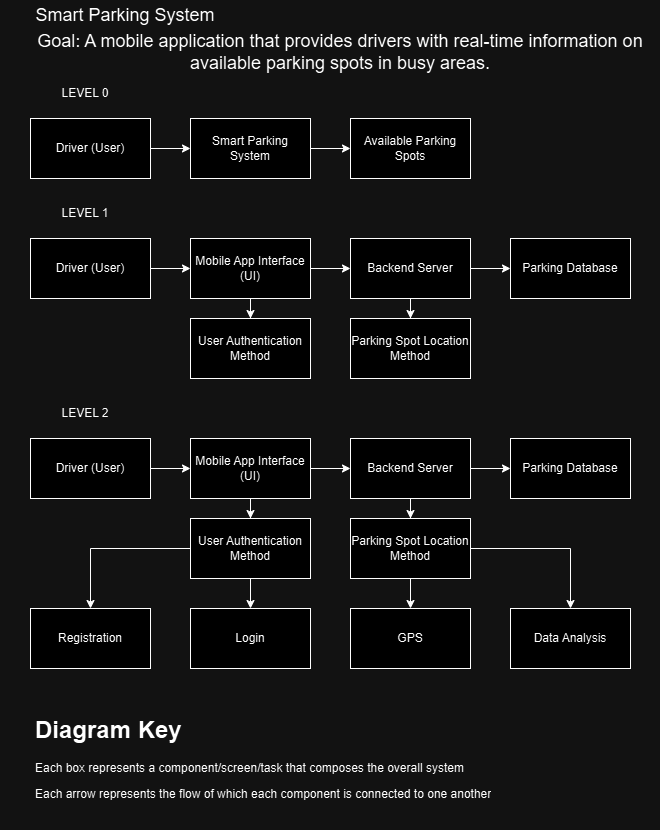
This is Senior-Design-Project/Design_Diagrams/SPS_Design_Diagram.png from OwenAEdwards/SmartParking, a draw.io export, as it was before one commit. Source tidied: cells renumbered, new cells last; positions are measured from the earlier drawing's top-left corner, leaving out a move shared by most shapes.
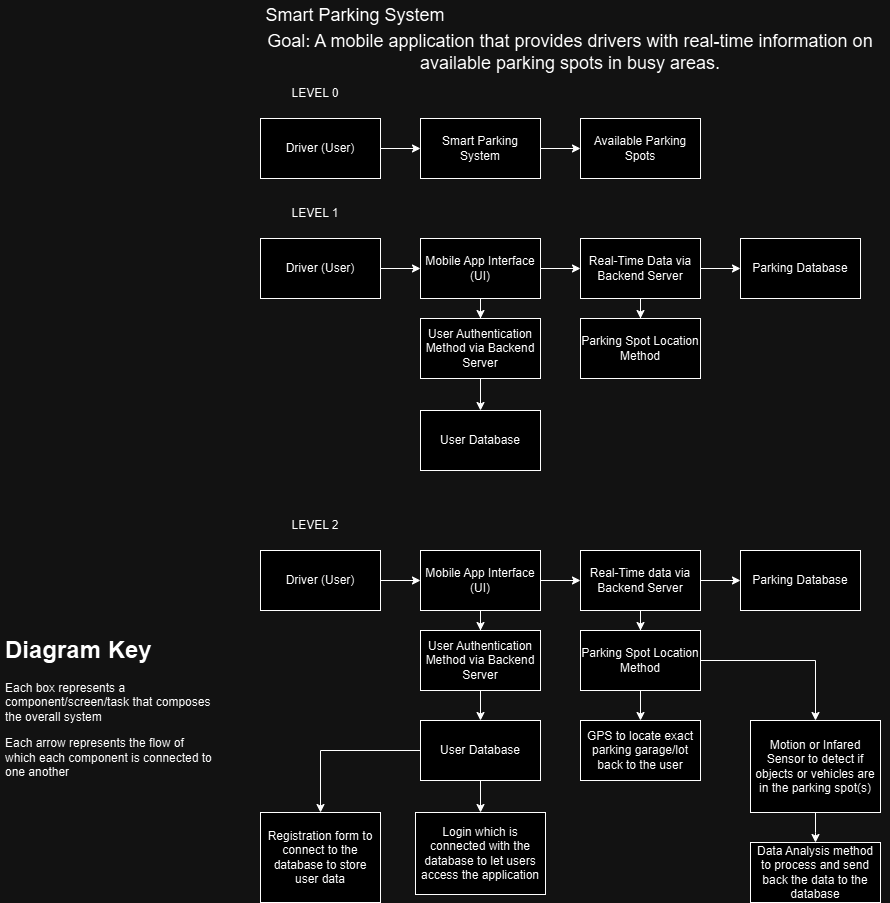
After the change.

Commit message:
Update design diagram

The edit, as a diff of the source:
```diff
@@ -38,13 +38,16 @@
     <mxCell id="13" style="edgeStyle=orthogonalEdgeStyle;rounded=0;jettySize=auto;html=1;" parent="1" edge="1" source="14" target="17">
       <mxGeometry relative="1" as="geometry" />
     </mxCell>
-    <mxCell id="14" value="Backend Server" style="rounded=0;whiteSpace=wrap;html=1;" parent="1" vertex="1">
+    <mxCell id="14" value="Real-Time Data via&lt;br&gt;Backend Server" style="rounded=0;whiteSpace=wrap;html=1;" parent="1" vertex="1">
       <mxGeometry x="350" y="238" width="120" height="60" as="geometry" />
     </mxCell>
     <mxCell id="15" value="Parking Database" style="rounded=0;whiteSpace=wrap;html=1;" parent="1" vertex="1">
       <mxGeometry x="510" y="238" width="120" height="60" as="geometry" />
     </mxCell>
+    <mxCell id="43" style="edgeStyle=orthogonalEdgeStyle;rounded=0;jettySize=auto;html=1;" parent="1" edge="1" source="16" target="49">
+      <mxGeometry relative="1" as="geometry" />
+    </mxCell>
-    <mxCell id="16" value="User Authentication Method" style="rounded=0;whiteSpace=wrap;html=1;" parent="1" vertex="1">
+    <mxCell id="16" value="User Authentication Method via Backend Server" style="rounded=0;whiteSpace=wrap;html=1;" parent="1" vertex="1">
       <mxGeometry x="190" y="318" width="120" height="60" as="geometry" />
     </mxCell>
     <mxCell id="17" value="Parking Spot Location Method" style="rounded=0;whiteSpace=wrap;html=1;" parent="1" vertex="1">
@@ -54,7 +57,7 @@
       <mxGeometry relative="1" as="geometry" />
     </mxCell>
     <mxCell id="19" value="Driver (User)" style="rounded=0;whiteSpace=wrap;html=1;" parent="1" vertex="1">
-      <mxGeometry x="30" y="438" width="120" height="60" as="geometry" />
+      <mxGeometry x="30" y="550" width="120" height="60" as="geometry" />
     </mxCell>
     <mxCell id="20" style="edgeStyle=orthogonalEdgeStyle;rounded=0;jettySize=auto;html=1;" parent="1" edge="1" source="22" target="25">
       <mxGeometry relative="1" as="geometry" />
@@ -63,7 +66,7 @@
       <mxGeometry relative="1" as="geometry" />
     </mxCell>
     <mxCell id="22" value="Mobile App Interface (UI)" style="rounded=0;whiteSpace=wrap;html=1;" parent="1" vertex="1">
-      <mxGeometry x="190" y="438" width="120" height="60" as="geometry" />
+      <mxGeometry x="190" y="550" width="120" height="60" as="geometry" />
     </mxCell>
     <mxCell id="23" style="edgeStyle=orthogonalEdgeStyle;rounded=0;jettySize=auto;html=1;" parent="1" edge="1" source="25" target="26">
       <mxGeometry relative="1" as="geometry" />
@@ -71,29 +74,26 @@
     <mxCell id="24" style="edgeStyle=orthogonalEdgeStyle;rounded=0;jettySize=auto;html=1;" parent="1" edge="1" source="25" target="32">
       <mxGeometry relative="1" as="geometry" />
     </mxCell>
-    <mxCell id="25" value="Backend Server" style="rounded=0;whiteSpace=wrap;html=1;" parent="1" vertex="1">
-      <mxGeometry x="350" y="438" width="120" height="60" as="geometry" />
+    <mxCell id="25" value="Real-Time data via Backend Server" style="rounded=0;whiteSpace=wrap;html=1;" parent="1" vertex="1">
+      <mxGeometry x="350" y="550" width="120" height="60" as="geometry" />
     </mxCell>
     <mxCell id="26" value="Parking Database" style="rounded=0;whiteSpace=wrap;html=1;" parent="1" vertex="1">
-      <mxGeometry x="510" y="438" width="120" height="60" as="geometry" />
+      <mxGeometry x="510" y="550" width="120" height="60" as="geometry" />
     </mxCell>
-    <mxCell id="27" style="edgeStyle=orthogonalEdgeStyle;rounded=0;jettySize=auto;html=1;" parent="1" edge="1" source="29" target="36">
-      <mxGeometry relative="1" as="geometry" />
-    </mxCell>
-    <mxCell id="28" style="edgeStyle=orthogonalEdgeStyle;rounded=0;jettySize=auto;html=1;entryX=0.5;entryY=0;entryDx=0;entryDy=0;" parent="1" edge="1" source="29" target="39">
-      <mxGeometry relative="1" as="geometry" />
-    </mxCell>
+    <mxCell id="44" style="edgeStyle=orthogonalEdgeStyle;rounded=0;jettySize=auto;html=1;" parent="1" edge="1" source="29" target="52">
+      <mxGeometry relative="1" as="geometry" />
+    </mxCell>
-    <mxCell id="29" value="User Authentication Method" style="rounded=0;whiteSpace=wrap;html=1;" parent="1" vertex="1">
-      <mxGeometry x="190" y="518" width="120" height="60" as="geometry" />
+    <mxCell id="29" value="User Authentication Method via Backend Server" style="rounded=0;whiteSpace=wrap;html=1;" parent="1" vertex="1">
+      <mxGeometry x="190" y="630" width="120" height="60" as="geometry" />
     </mxCell>
     <mxCell id="30" style="edgeStyle=orthogonalEdgeStyle;rounded=0;jettySize=auto;html=1;" parent="1" edge="1" source="32" target="37">
       <mxGeometry relative="1" as="geometry" />
     </mxCell>
-    <mxCell id="31" style="edgeStyle=orthogonalEdgeStyle;rounded=0;jettySize=auto;html=1;entryX=0.5;entryY=0;entryDx=0;entryDy=0;" parent="1" edge="1" source="32" target="38">
-      <mxGeometry relative="1" as="geometry" />
-    </mxCell>
+    <mxCell id="45" style="edgeStyle=orthogonalEdgeStyle;rounded=0;jettySize=auto;html=1;" parent="1" edge="1" source="32" target="48">
+      <mxGeometry relative="1" as="geometry" />
+    </mxCell>
     <mxCell id="32" value="Parking Spot Location Method" style="rounded=0;whiteSpace=wrap;html=1;" parent="1" vertex="1">
-      <mxGeometry x="350" y="518" width="120" height="60" as="geometry" />
+      <mxGeometry x="350" y="630" width="120" height="60" as="geometry" />
     </mxCell>
     <mxCell id="33" value="LEVEL 0" style="text;html=1;strokeColor=none;fillColor=none;align=center;verticalAlign=middle;whiteSpace=wrap;rounded=0;" parent="1" vertex="1">
       <mxGeometry x="30" y="78" width="110" height="30" as="geometry" />
@@ -102,19 +102,19 @@
       <mxGeometry x="30" y="198" width="110" height="30" as="geometry" />
     </mxCell>
     <mxCell id="35" value="LEVEL 2" style="text;html=1;strokeColor=none;fillColor=none;align=center;verticalAlign=middle;whiteSpace=wrap;rounded=0;" parent="1" vertex="1">
-      <mxGeometry x="30" y="398" width="110" height="30" as="geometry" />
+      <mxGeometry x="30" y="510" width="110" height="30" as="geometry" />
     </mxCell>
-    <mxCell id="36" value="Login" style="rounded=0;whiteSpace=wrap;html=1;" parent="1" vertex="1">
-      <mxGeometry x="190" y="608" width="120" height="60" as="geometry" />
+    <mxCell id="36" value="Login which is connected with the database to let users access the application" style="rounded=0;whiteSpace=wrap;html=1;" parent="1" vertex="1">
+      <mxGeometry x="185" y="812" width="130" height="82" as="geometry" />
     </mxCell>
-    <mxCell id="37" value="GPS" style="rounded=0;whiteSpace=wrap;html=1;" parent="1" vertex="1">
-      <mxGeometry x="350" y="608" width="120" height="60" as="geometry" />
+    <mxCell id="37" value="GPS to locate exact parking garage/lot back to the user" style="rounded=0;whiteSpace=wrap;html=1;" parent="1" vertex="1">
+      <mxGeometry x="350" y="720" width="120" height="60" as="geometry" />
     </mxCell>
-    <mxCell id="38" value="Data Analysis" style="rounded=0;whiteSpace=wrap;html=1;" parent="1" vertex="1">
-      <mxGeometry x="510" y="608" width="120" height="60" as="geometry" />
+    <mxCell id="38" value="Data Analysis method to process and send back the data to the database" style="rounded=0;whiteSpace=wrap;html=1;" parent="1" vertex="1">
+      <mxGeometry x="520" y="842" width="130" height="60" as="geometry" />
     </mxCell>
-    <mxCell id="39" value="Registration" style="rounded=0;whiteSpace=wrap;html=1;" parent="1" vertex="1">
-      <mxGeometry x="30" y="608" width="120" height="60" as="geometry" />
+    <mxCell id="39" value="Registration form to connect to the database to store user data" style="rounded=0;whiteSpace=wrap;html=1;" parent="1" vertex="1">
+      <mxGeometry x="30" y="812" width="120" height="90" as="geometry" />
     </mxCell>
     <mxCell id="40" value="&lt;font style=&quot;font-size: 18px;&quot;&gt;Smart Parking System&lt;/font&gt;" style="text;html=1;strokeColor=none;fillColor=none;align=center;verticalAlign=middle;whiteSpace=wrap;rounded=0;" parent="1" vertex="1">
       <mxGeometry width="250" height="30" as="geometry" />
@@ -123,7 +123,33 @@
       <mxGeometry x="20" y="48" width="640" height="30" as="geometry" />
     </mxCell>
     <mxCell id="42" value="&lt;h1&gt;Diagram Key&lt;/h1&gt;&lt;p&gt;Each box represents a component/screen/task that composes the overall system&lt;/p&gt;&lt;p&gt;Each arrow represents the flow of which each component is connected to one another&lt;/p&gt;" style="text;html=1;strokeColor=none;fillColor=none;spacing=5;spacingTop=-20;whiteSpace=wrap;overflow=hidden;rounded=0;" parent="1" vertex="1">
-      <mxGeometry x="30" y="710" width="600" height="120" as="geometry" />
+      <mxGeometry x="-230" y="630" width="220" height="240" as="geometry" />
     </mxCell>
+    <mxCell id="46" style="edgeStyle=orthogonalEdgeStyle;rounded=0;orthogonalLoop=1;jettySize=auto;html=1;" parent="1" edge="1">
+      <mxGeometry relative="1" as="geometry">
+        <mxPoint x="580" y="662" as="sourcePoint" />
+        <mxPoint x="580" y="662" as="targetPoint" />
+      </mxGeometry>
+    </mxCell>
+    <mxCell id="47" style="edgeStyle=orthogonalEdgeStyle;rounded=0;jettySize=auto;html=1;" parent="1" edge="1" source="48">
+      <mxGeometry relative="1" as="geometry">
+        <mxPoint x="585" y="842" as="targetPoint" />
+      </mxGeometry>
+    </mxCell>
+    <mxCell id="48" value="Motion or Infared&lt;br&gt;Sensor to detect if objects or vehicles are in the parking spot(s)" style="rounded=0;whiteSpace=wrap;html=1;" parent="1" vertex="1">
+      <mxGeometry x="520" y="720" width="130" height="92" as="geometry" />
+    </mxCell>
+    <mxCell id="49" value="User Database" style="rounded=0;whiteSpace=wrap;html=1;" parent="1" vertex="1">
+      <mxGeometry x="190" y="410" width="120" height="60" as="geometry" />
+    </mxCell>
+    <mxCell id="50" style="edgeStyle=orthogonalEdgeStyle;rounded=0;jettySize=auto;html=1;" parent="1" edge="1" source="52" target="36">
+      <mxGeometry relative="1" as="geometry" />
+    </mxCell>
+    <mxCell id="51" style="edgeStyle=orthogonalEdgeStyle;rounded=0;jettySize=auto;html=1;" parent="1" edge="1" source="52" target="39">
+      <mxGeometry relative="1" as="geometry" />
+    </mxCell>
+    <mxCell id="52" value="User Database" style="rounded=0;whiteSpace=wrap;html=1;" parent="1" vertex="1">
+      <mxGeometry x="190" y="720" width="120" height="60" as="geometry" />
+    </mxCell>
   </root>
 </mxGraphModel>
```
